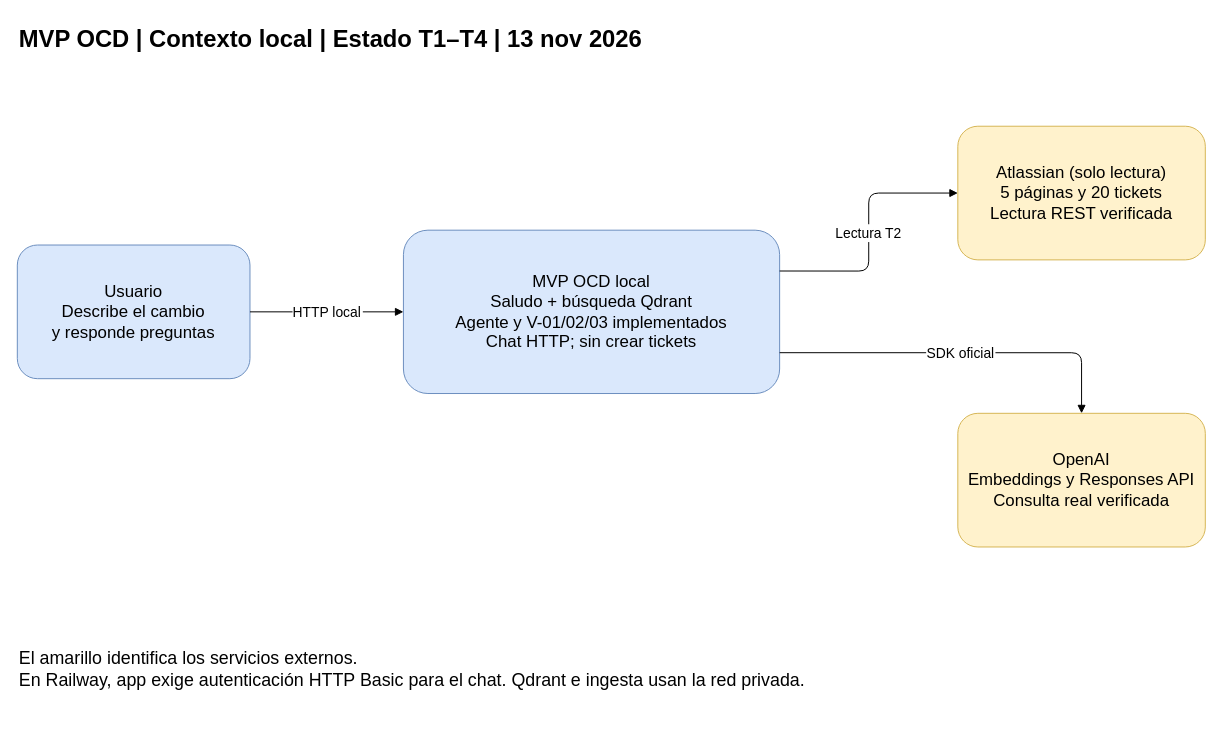
miguelsff/grupo-visa-ai keeps this draw.io diagram as page "Contexto local" (1 of 3) of docs/MVP_OCD_Arquitectura.drawio. Above is the earlier version. Source tidied: cells renumbered, new cells numbered last; positions are measured from the earlier drawing's top-left corner, leaving out a move shared by most shapes. Both pictures are drawn from the tidied source at 99%, with x=0, y=0 at pixel (17, 17).
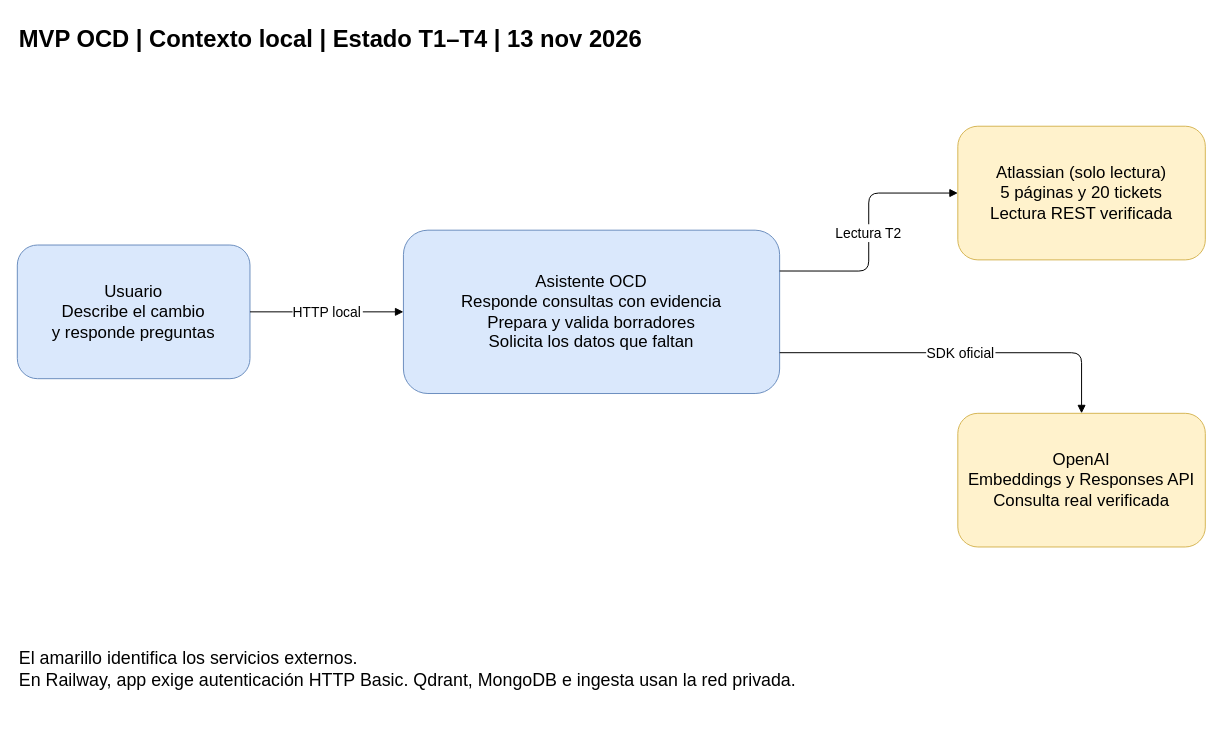
Above is the later version.

Change to the diagram source:
```diff
@@
 <mxGraphModel>
   <root>
     <mxCell id="0" />
     <mxCell id="1" parent="0" />
     <mxCell id="2" value="MVP OCD | Contexto local | Estado T1–T4 | 13 nov 2026" style="text;html=0;align=left;fontSize=24;fontStyle=1;" parent="1" vertex="1">
       <mxGeometry width="1200" height="65" as="geometry" />
     </mxCell>
     <mxCell id="3" value="Usuario&#10;Describe el cambio&#10;y responde preguntas" style="rounded=1;whiteSpace=wrap;html=0;align=center;verticalAlign=middle;fontSize=17;fillColor=#dae8fc;strokeColor=#6c8ebf;" parent="1" vertex="1">
       <mxGeometry y="230" width="235" height="135" as="geometry" />
     </mxCell>
-    <mxCell id="4" value="MVP OCD local&#10;Saludo + búsqueda Qdrant&#10;Agente y V-01/02/03 implementados&#10;Chat HTTP; sin crear tickets" style="rounded=1;whiteSpace=wrap;html=0;align=center;verticalAlign=middle;fontSize=17;fillColor=#dae8fc;strokeColor=#6c8ebf;" parent="1" vertex="1">
+    <mxCell id="4" value="Asistente OCD&#10;Responde consultas con evidencia&#10;Prepara y valida borradores&#10;Solicita los datos que faltan" style="rounded=1;whiteSpace=wrap;html=0;align=center;verticalAlign=middle;fontSize=17;fillColor=#dae8fc;strokeColor=#6c8ebf;" parent="1" vertex="1">
       <mxGeometry x="390" y="215" width="380" height="165" as="geometry" />
     </mxCell>
     <mxCell id="5" value="Atlassian (solo lectura)&#10;5 páginas y 20 tickets&#10;Lectura REST verificada" style="rounded=1;whiteSpace=wrap;html=0;align=center;verticalAlign=middle;fontSize=17;fillColor=#fff2cc;strokeColor=#d6b656;" parent="1" vertex="1">
       <mxGeometry x="950" y="110" width="250" height="135" as="geometry" />
     </mxCell>
     <mxCell id="6" value="OpenAI&#10;Embeddings y Responses API&#10;Consulta real verificada" style="rounded=1;whiteSpace=wrap;html=0;align=center;verticalAlign=middle;fontSize=17;fillColor=#fff2cc;strokeColor=#d6b656;" parent="1" vertex="1">
       <mxGeometry x="950" y="400" width="250" height="135" as="geometry" />
     </mxCell>
     <mxCell id="7" value="HTTP local" style="edgeStyle=orthogonalEdgeStyle;html=0;endArrow=block;fontSize=14;" parent="1" edge="1" source="3" target="4">
       <mxGeometry relative="1" as="geometry" />
     </mxCell>
     <mxCell id="8" value="Lectura T2" style="edgeStyle=orthogonalEdgeStyle;html=0;endArrow=block;fontSize=14;exitX=1;exitY=0.25;" parent="1" edge="1" source="4" target="5">
       <mxGeometry relative="1" as="geometry" />
     </mxCell>
     <mxCell id="9" value="SDK oficial" style="edgeStyle=orthogonalEdgeStyle;html=0;endArrow=block;fontSize=14;exitX=1;exitY=0.75;" parent="1" edge="1" source="4" target="6">
       <mxGeometry relative="1" as="geometry" />
     </mxCell>
-    <mxCell id="10" value="El amarillo identifica los servicios externos.&#10;En Railway, app exige autenticación HTTP Basic para el chat. Qdrant e ingesta usan la red privada." style="text;html=0;align=left;fontSize=18;" parent="1" vertex="1">
+    <mxCell id="10" value="El amarillo identifica los servicios externos.&#10;En Railway, app exige autenticación HTTP Basic. Qdrant, MongoDB e ingesta usan la red privada." style="text;html=0;align=left;fontSize=18;" parent="1" vertex="1">
       <mxGeometry y="630" width="1200" height="100" as="geometry" />
     </mxCell>
   </root>
 </mxGraphModel>
```
